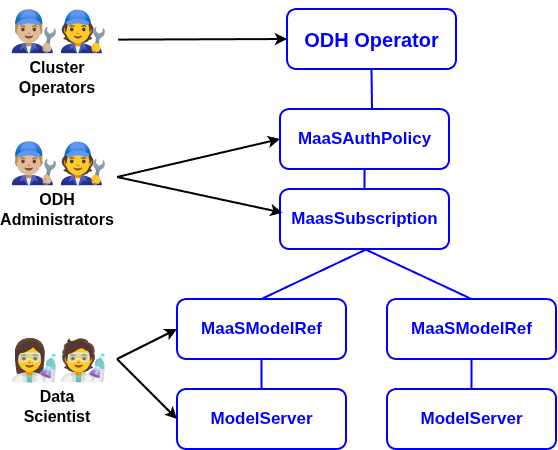
The draw.io diagram docs/content/assets/concepts/personas-resource-model-light.png in opendatahub-io/models-as-a-service, before a commit. Source tidied: cells renumbered, new cells last; positions are measured from the earlier drawing's top-left corner, leaving out a move shared by most shapes. Source of this version:
```xml
<mxGraphModel>
  <root>
    <mxCell id="0" />
    <mxCell id="1" parent="0" />
    <mxCell id="2" style="group;" parent="1" vertex="1">
      <mxGeometry y="329" width="110" height="92" as="geometry" />
    </mxCell>
    <mxCell id="3" value="👩‍🔬🧑‍🔬" style="text;whiteSpace=wrap;fontSize=40;" parent="2" vertex="1">
      <mxGeometry width="110" height="60" as="geometry" />
    </mxCell>
    <mxCell id="4" value="&lt;font style=&quot;font-size: 16px;&quot;&gt;&lt;b&gt;Data Scientist&lt;/b&gt;&lt;/font&gt;" style="text;html=1;whiteSpace=wrap;strokeColor=none;fillColor=none;align=center;verticalAlign=middle;rounded=0;" parent="2" vertex="1">
      <mxGeometry y="62" width="100" height="30" as="geometry" />
    </mxCell>
    <mxCell id="5" style="group;" parent="1" vertex="1">
      <mxGeometry width="110" height="92" as="geometry" />
    </mxCell>
    <mxCell id="6" style="group;" parent="5" vertex="1">
      <mxGeometry width="110" height="92" as="geometry" />
    </mxCell>
    <mxCell id="7" value="👨🏼‍🔧🧑‍🔧" style="text;whiteSpace=wrap;fontSize=40;" parent="6" vertex="1">
      <mxGeometry width="110" height="60" as="geometry" />
    </mxCell>
    <mxCell id="8" value="&lt;span style=&quot;font-size: 16px;&quot;&gt;&lt;b&gt;Cluster Operators&lt;/b&gt;&lt;/span&gt;" style="text;html=1;whiteSpace=wrap;strokeColor=none;fillColor=none;align=center;verticalAlign=middle;rounded=0;" parent="6" vertex="1">
      <mxGeometry y="62" width="100" height="30" as="geometry" />
    </mxCell>
    <mxCell id="9" value="&lt;font style=&quot;font-size: 20px; color: rgb(0, 0, 255);&quot;&gt;&lt;b style=&quot;&quot;&gt;ODH Operator&lt;/b&gt;&lt;/font&gt;" style="rounded=1;whiteSpace=wrap;html=1;strokeColor=#0000FF;strokeWidth=2;" parent="1" vertex="1">
      <mxGeometry x="280" y="9" width="169" height="60" as="geometry" />
    </mxCell>
    <mxCell id="10" value="&lt;font color=&quot;#0000ff&quot; style=&quot;font-size: 17px;&quot;&gt;&lt;b style=&quot;&quot;&gt;MaaSAuthPolicy&lt;/b&gt;&lt;/font&gt;" style="rounded=1;whiteSpace=wrap;html=1;strokeColor=#0000FF;strokeWidth=2;" parent="1" vertex="1">
      <mxGeometry x="273" y="109" width="169" height="60" as="geometry" />
    </mxCell>
    <mxCell id="11" value="&lt;font color=&quot;#0000ff&quot; style=&quot;font-size: 17px;&quot;&gt;&lt;b style=&quot;&quot;&gt;MaasSubscription&lt;/b&gt;&lt;/font&gt;" style="rounded=1;whiteSpace=wrap;html=1;strokeColor=#0000FF;strokeWidth=2;" parent="1" vertex="1">
      <mxGeometry x="273" y="189" width="169" height="60" as="geometry" />
    </mxCell>
    <mxCell id="12" value="&lt;font color=&quot;#0000ff&quot; style=&quot;font-size: 17px;&quot;&gt;&lt;b style=&quot;&quot;&gt;MaaSModelRef&lt;/b&gt;&lt;/font&gt;" style="rounded=1;whiteSpace=wrap;html=1;strokeColor=#0000FF;strokeWidth=2;" parent="1" vertex="1">
      <mxGeometry x="170" y="299" width="169" height="60" as="geometry" />
    </mxCell>
    <mxCell id="13" value="&lt;font color=&quot;#0000ff&quot; style=&quot;font-size: 17px;&quot;&gt;&lt;b style=&quot;&quot;&gt;ModelServer&lt;/b&gt;&lt;/font&gt;" style="rounded=1;whiteSpace=wrap;html=1;strokeColor=#0000FF;strokeWidth=2;" parent="1" vertex="1">
      <mxGeometry x="170" y="389" width="169" height="60" as="geometry" />
    </mxCell>
    <mxCell id="14" style="group;" parent="1" vertex="1">
      <mxGeometry y="132" width="110" height="92" as="geometry" />
    </mxCell>
    <mxCell id="15" style="group;" parent="14" vertex="1">
      <mxGeometry width="110" height="92" as="geometry" />
    </mxCell>
    <mxCell id="16" value="👨🏼‍🔧🧑‍🔧" style="text;whiteSpace=wrap;fontSize=40;" parent="15" vertex="1">
      <mxGeometry width="110" height="60" as="geometry" />
    </mxCell>
    <mxCell id="17" value="&lt;span style=&quot;font-size: 16px;&quot;&gt;&lt;b&gt;ODH Administrators&lt;/b&gt;&lt;/span&gt;" style="text;html=1;whiteSpace=wrap;strokeColor=none;fillColor=none;align=center;verticalAlign=middle;rounded=0;" parent="15" vertex="1">
      <mxGeometry y="62" width="100" height="30" as="geometry" />
    </mxCell>
    <mxCell id="18" style="endArrow=classic;html=1;rounded=0;exitX=1;exitY=0.75;exitDx=0;exitDy=0;strokeWidth=2;fillColor=#dae8fc;strokeColor=#000000;entryX=0;entryY=0.5;entryDx=0;entryDy=0;" parent="1" edge="1" source="16" target="10">
      <mxGeometry relative="1" as="geometry" />
    </mxCell>
    <mxCell id="19" style="endArrow=classic;html=1;rounded=0;exitX=1;exitY=0.75;exitDx=0;exitDy=0;strokeWidth=2;fillColor=#dae8fc;strokeColor=#000000;entryX=0.015;entryY=0.395;entryDx=0;entryDy=0;entryPerimeter=0;" parent="1" edge="1" source="16" target="11">
      <mxGeometry relative="1" as="geometry" />
    </mxCell>
    <mxCell id="20" style="endArrow=classic;html=1;rounded=0;exitX=1.01;exitY=0.66;exitDx=0;exitDy=0;strokeWidth=2;fillColor=#dae8fc;strokeColor=#000000;exitPerimeter=0;entryX=0;entryY=0.5;entryDx=0;entryDy=0;" parent="1" edge="1" source="7" target="9">
      <mxGeometry relative="1" as="geometry" />
    </mxCell>
    <mxCell id="21" style="endArrow=classic;html=1;rounded=0;strokeWidth=2;fillColor=#dae8fc;strokeColor=#000000;entryX=0;entryY=0.5;entryDx=0;entryDy=0;" parent="1" edge="1" target="12">
      <mxGeometry relative="1" as="geometry">
        <mxPoint x="110" y="359" as="sourcePoint" />
      </mxGeometry>
    </mxCell>
    <mxCell id="22" style="endArrow=classic;html=1;rounded=0;strokeWidth=2;fillColor=#dae8fc;strokeColor=#000000;entryX=0;entryY=0.5;entryDx=0;entryDy=0;exitX=1;exitY=0.5;exitDx=0;exitDy=0;" parent="1" edge="1" source="3" target="13">
      <mxGeometry relative="1" as="geometry" />
    </mxCell>
    <mxCell id="23" value="&lt;font color=&quot;#0000ff&quot; style=&quot;font-size: 17px;&quot;&gt;&lt;b style=&quot;&quot;&gt;MaaSModelRef&lt;/b&gt;&lt;/font&gt;" style="rounded=1;whiteSpace=wrap;html=1;strokeColor=#0000FF;strokeWidth=2;" parent="1" vertex="1">
      <mxGeometry x="380" y="299" width="169" height="60" as="geometry" />
    </mxCell>
    <mxCell id="24" value="&lt;font color=&quot;#0000ff&quot; style=&quot;font-size: 17px;&quot;&gt;&lt;b style=&quot;&quot;&gt;ModelServer&lt;/b&gt;&lt;/font&gt;" style="rounded=1;whiteSpace=wrap;html=1;strokeColor=#0000FF;strokeWidth=2;" parent="1" vertex="1">
      <mxGeometry x="380" y="389" width="169" height="60" as="geometry" />
    </mxCell>
    <mxCell id="25" style="endArrow=none;html=1;rounded=0;exitX=0.5;exitY=1;exitDx=0;exitDy=0;strokeWidth=2;fillColor=#dae8fc;strokeColor=#0000FF;endFill=0;" parent="1" edge="1" source="9">
      <mxGeometry relative="1" as="geometry">
        <mxPoint x="365" y="109" as="targetPoint" />
      </mxGeometry>
    </mxCell>
    <mxCell id="26" style="endArrow=none;html=1;rounded=0;exitX=0.5;exitY=1;exitDx=0;exitDy=0;strokeWidth=2;fillColor=#dae8fc;strokeColor=#0000FF;endFill=0;entryX=0.5;entryY=0;entryDx=0;entryDy=0;" parent="1" edge="1" source="10" target="11">
      <mxGeometry relative="1" as="geometry" />
    </mxCell>
    <mxCell id="27" style="endArrow=none;html=1;rounded=0;exitX=0.5;exitY=1;exitDx=0;exitDy=0;strokeWidth=2;fillColor=#dae8fc;strokeColor=#0000FF;endFill=0;entryX=0.5;entryY=0;entryDx=0;entryDy=0;" parent="1" edge="1" source="11" target="23">
      <mxGeometry relative="1" as="geometry" />
    </mxCell>
    <mxCell id="28" style="endArrow=none;html=1;rounded=0;strokeWidth=2;fillColor=#dae8fc;strokeColor=#0000FF;endFill=0;entryX=0.5;entryY=0;entryDx=0;entryDy=0;" parent="1" edge="1" target="12">
      <mxGeometry relative="1" as="geometry">
        <mxPoint x="360" y="249" as="sourcePoint" />
      </mxGeometry>
    </mxCell>
    <mxCell id="29" style="endArrow=none;html=1;rounded=0;exitX=0.5;exitY=1;exitDx=0;exitDy=0;strokeWidth=2;fillColor=#dae8fc;strokeColor=#0000FF;endFill=0;entryX=0.5;entryY=0;entryDx=0;entryDy=0;" parent="1" edge="1" source="23" target="24">
      <mxGeometry relative="1" as="geometry" />
    </mxCell>
    <mxCell id="30" style="endArrow=none;html=1;rounded=0;exitX=0.5;exitY=1;exitDx=0;exitDy=0;strokeWidth=2;fillColor=#dae8fc;strokeColor=#0000FF;endFill=0;entryX=0.5;entryY=0;entryDx=0;entryDy=0;" parent="1" edge="1" source="12" target="13">
      <mxGeometry relative="1" as="geometry" />
    </mxCell>
  </root>
</mxGraphModel>
```
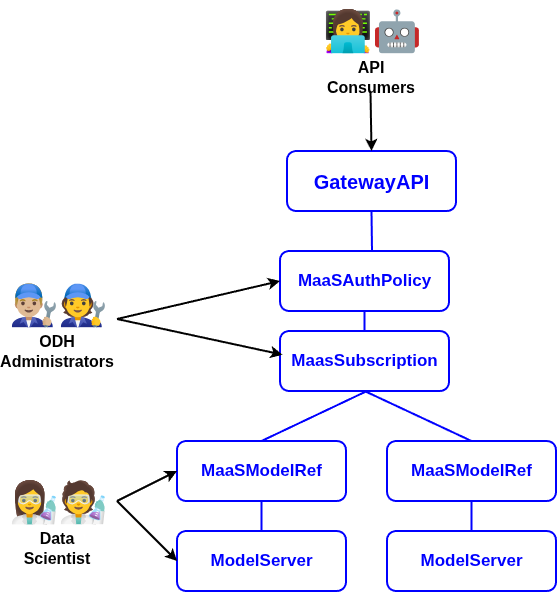
Above is the later version.

What changed in the source:
```diff
@@ -11,19 +11,7 @@
     <mxCell id="4" value="&lt;font style=&quot;font-size: 16px;&quot;&gt;&lt;b&gt;Data Scientist&lt;/b&gt;&lt;/font&gt;" style="text;html=1;whiteSpace=wrap;strokeColor=none;fillColor=none;align=center;verticalAlign=middle;rounded=0;" parent="2" vertex="1">
       <mxGeometry y="62" width="100" height="30" as="geometry" />
     </mxCell>
-    <mxCell id="5" style="group;" parent="1" vertex="1">
-      <mxGeometry width="110" height="92" as="geometry" />
-    </mxCell>
-    <mxCell id="6" style="group;" parent="5" vertex="1">
-      <mxGeometry width="110" height="92" as="geometry" />
-    </mxCell>
-    <mxCell id="7" value="👨🏼‍🔧🧑‍🔧" style="text;whiteSpace=wrap;fontSize=40;" parent="6" vertex="1">
-      <mxGeometry width="110" height="60" as="geometry" />
-    </mxCell>
-    <mxCell id="8" value="&lt;span style=&quot;font-size: 16px;&quot;&gt;&lt;b&gt;Cluster Operators&lt;/b&gt;&lt;/span&gt;" style="text;html=1;whiteSpace=wrap;strokeColor=none;fillColor=none;align=center;verticalAlign=middle;rounded=0;" parent="6" vertex="1">
-      <mxGeometry y="62" width="100" height="30" as="geometry" />
-    </mxCell>
-    <mxCell id="9" value="&lt;font style=&quot;font-size: 20px; color: rgb(0, 0, 255);&quot;&gt;&lt;b style=&quot;&quot;&gt;ODH Operator&lt;/b&gt;&lt;/font&gt;" style="rounded=1;whiteSpace=wrap;html=1;strokeColor=#0000FF;strokeWidth=2;" parent="1" vertex="1">
+    <mxCell id="9" value="&lt;font style=&quot;font-size: 20px; color: rgb(0, 0, 255);&quot;&gt;&lt;b style=&quot;&quot;&gt;GatewayAPI&lt;/b&gt;&lt;/font&gt;" style="rounded=1;whiteSpace=wrap;html=1;strokeColor=#0000FF;strokeWidth=2;" parent="1" vertex="1">
       <mxGeometry x="280" y="9" width="169" height="60" as="geometry" />
     </mxCell>
     <mxCell id="10" value="&lt;font color=&quot;#0000ff&quot; style=&quot;font-size: 17px;&quot;&gt;&lt;b style=&quot;&quot;&gt;MaaSAuthPolicy&lt;/b&gt;&lt;/font&gt;" style="rounded=1;whiteSpace=wrap;html=1;strokeColor=#0000FF;strokeWidth=2;" parent="1" vertex="1">
@@ -56,9 +44,6 @@
     <mxCell id="19" style="endArrow=classic;html=1;rounded=0;exitX=1;exitY=0.75;exitDx=0;exitDy=0;strokeWidth=2;fillColor=#dae8fc;strokeColor=#000000;entryX=0.015;entryY=0.395;entryDx=0;entryDy=0;entryPerimeter=0;" parent="1" edge="1" source="16" target="11">
       <mxGeometry relative="1" as="geometry" />
     </mxCell>
-    <mxCell id="20" style="endArrow=classic;html=1;rounded=0;exitX=1.01;exitY=0.66;exitDx=0;exitDy=0;strokeWidth=2;fillColor=#dae8fc;strokeColor=#000000;exitPerimeter=0;entryX=0;entryY=0.5;entryDx=0;entryDy=0;" parent="1" edge="1" source="7" target="9">
-      <mxGeometry relative="1" as="geometry" />
-    </mxCell>
     <mxCell id="21" style="endArrow=classic;html=1;rounded=0;strokeWidth=2;fillColor=#dae8fc;strokeColor=#000000;entryX=0;entryY=0.5;entryDx=0;entryDy=0;" parent="1" edge="1" target="12">
       <mxGeometry relative="1" as="geometry">
         <mxPoint x="110" y="359" as="sourcePoint" />
@@ -95,5 +80,20 @@
     <mxCell id="30" style="endArrow=none;html=1;rounded=0;exitX=0.5;exitY=1;exitDx=0;exitDy=0;strokeWidth=2;fillColor=#dae8fc;strokeColor=#0000FF;endFill=0;entryX=0.5;entryY=0;entryDx=0;entryDy=0;" parent="1" edge="1" source="12" target="13">
       <mxGeometry relative="1" as="geometry" />
     </mxCell>
+    <mxCell id="31" style="group;" parent="1" vertex="1">
+      <mxGeometry x="313.5" y="-142" width="110" height="92" as="geometry" />
+    </mxCell>
+    <mxCell id="6" style="group;" parent="31" vertex="1">
+      <mxGeometry width="110" height="92" as="geometry" />
+    </mxCell>
+    <mxCell id="32" value="👩‍💻🤖" style="text;whiteSpace=wrap;fontSize=40;" parent="6" vertex="1">
+      <mxGeometry width="110" height="60" as="geometry" />
+    </mxCell>
+    <mxCell id="33" value="&lt;span style=&quot;font-size: 16px;&quot;&gt;&lt;b&gt;API Consumers&lt;/b&gt;&lt;/span&gt;" style="text;html=1;whiteSpace=wrap;strokeColor=none;fillColor=none;align=center;verticalAlign=middle;rounded=0;" parent="6" vertex="1">
+      <mxGeometry y="62" width="100" height="30" as="geometry" />
+    </mxCell>
+    <mxCell id="34" style="endArrow=classic;html=1;rounded=0;exitX=0.5;exitY=1;exitDx=0;exitDy=0;strokeWidth=2;fillColor=#dae8fc;strokeColor=#000000;entryX=0.5;entryY=0;entryDx=0;entryDy=0;" parent="1" edge="1" source="33" target="9">
+      <mxGeometry relative="1" as="geometry" />
+    </mxCell>
   </root>
 </mxGraphModel>
```
